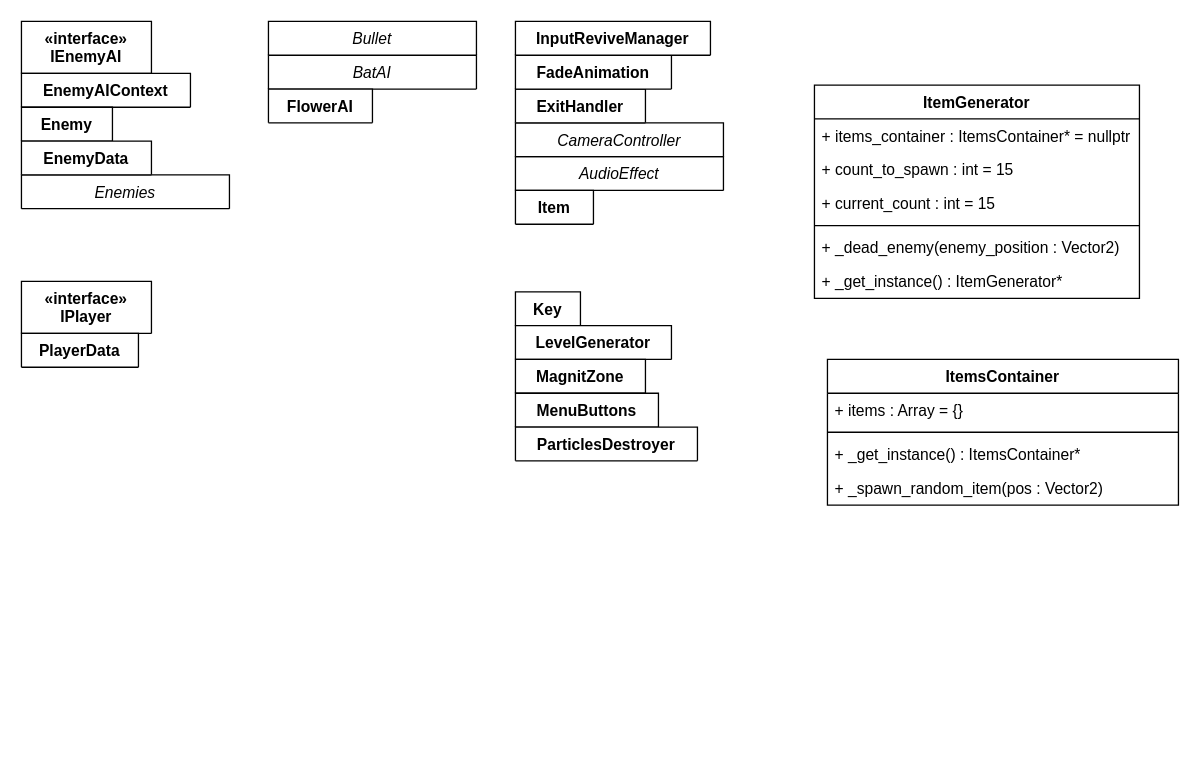
Earlier version of the draw.io diagram UMLD/HuntersTestDiagram.drawio (pasha-str27/hunters-rite). Source tidied: cells renumbered, new cells numbered last; positions are measured from the earlier drawing's top-left corner, leaving out a move shared by most shapes. Both pictures are drawn from the tidied source at 130%, with x=0, y=0 at pixel (21, 21).
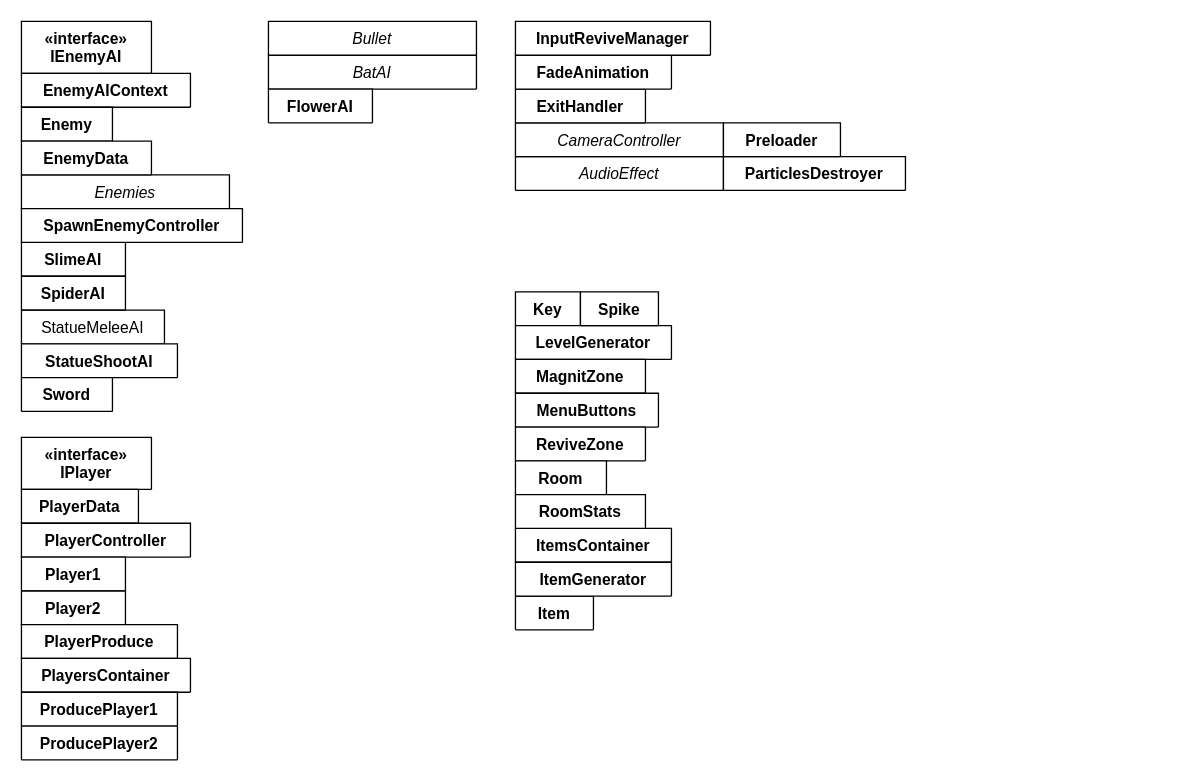
After the change.

Commit message (it also covers changes not shown here):
Added all old calasses to uml diagram

The edit, as a diff of the source:
```diff
@@
     <mxCell id="15" value="«interface»&#10;IPlayer" style="swimlane;fontStyle=1;align=center;verticalAlign=top;horizontal=1;startSize=40;" parent="1" vertex="1" collapsed="1">
-      <mxGeometry y="200" width="100" height="40" as="geometry" />
+      <mxGeometry y="320" width="100" height="40" as="geometry" />
     </mxCell>
     <mxCell id="16" value="Item" style="swimlane;fontStyle=1;align=center;verticalAlign=top;horizontal=1;startSize=26;" parent="1" vertex="1" collapsed="1">
-      <mxGeometry x="380" y="130" width="60" height="26" as="geometry" />
+      <mxGeometry x="380" y="442" width="60" height="26" as="geometry" />
     </mxCell>
-    <mxCell id="17" value="ItemsContainer" style="swimlane;fontStyle=1;align=center;verticalAlign=top;horizontal=1;startSize=26;" parent="1" vertex="1">
-      <mxGeometry x="620" y="260" width="270" height="112" as="geometry" />
+    <mxCell id="17" value="ItemsContainer" style="swimlane;fontStyle=1;align=center;verticalAlign=top;horizontal=1;startSize=26;" parent="1" vertex="1" collapsed="1">
+      <mxGeometry x="380" y="390" width="120" height="26" as="geometry" />
     </mxCell>
-    <mxCell id="18" value="+ items : Array = {}" style="text;strokeColor=none;fillColor=none;align=left;verticalAlign=top;spacingLeft=4;spacingRight=4;overflow=hidden;" parent="17" vertex="1">
-      <mxGeometry y="26" width="270" height="26" as="geometry" />
-    </mxCell>
-    <mxCell id="19" style="line;strokeWidth=1;fillColor=none;align=left;verticalAlign=middle;spacingTop=-1;spacingLeft=3;spacingRight=3;labelPosition=right;" parent="17" vertex="1">
-      <mxGeometry y="52" width="270" height="8" as="geometry" />
-    </mxCell>
-    <mxCell id="20" value="+ _get_instance() : ItemsContainer*" style="text;strokeColor=none;fillColor=none;align=left;verticalAlign=top;spacingLeft=4;spacingRight=4;overflow=hidden;" parent="17" vertex="1">
-      <mxGeometry y="60" width="270" height="26" as="geometry" />
-    </mxCell>
-    <mxCell id="21" value="+ _spawn_random_item(pos : Vector2)" style="text;strokeColor=none;fillColor=none;align=left;verticalAlign=top;spacingLeft=4;spacingRight=4;overflow=hidden;" parent="17" vertex="1">
-      <mxGeometry y="86" width="270" height="26" as="geometry" />
-    </mxCell>
-    <mxCell id="22" value="ItemGenerator" style="swimlane;fontStyle=1;align=center;verticalAlign=top;horizontal=1;startSize=26;" parent="1" vertex="1">
-      <mxGeometry x="610" y="49" width="250" height="164" as="geometry" />
+    <mxCell id="22" value="ItemGenerator" style="swimlane;fontStyle=1;align=center;verticalAlign=top;horizontal=1;startSize=26;" parent="1" vertex="1" collapsed="1">
+      <mxGeometry x="380" y="416" width="120" height="26" as="geometry" />
     </mxCell>
-    <mxCell id="23" value="+ items_container : ItemsContainer* = nullptr" style="text;strokeColor=none;fillColor=none;align=left;verticalAlign=top;spacingLeft=4;spacingRight=4;overflow=hidden;" parent="22" vertex="1">
-      <mxGeometry y="26" width="250" height="26" as="geometry" />
-    </mxCell>
-    <mxCell id="24" value="+ count_to_spawn : int = 15" style="text;strokeColor=none;fillColor=none;align=left;verticalAlign=top;spacingLeft=4;spacingRight=4;overflow=hidden;" parent="22" vertex="1">
-      <mxGeometry y="52" width="250" height="26" as="geometry" />
-    </mxCell>
-    <mxCell id="25" value="+ current_count : int = 15" style="text;strokeColor=none;fillColor=none;align=left;verticalAlign=top;spacingLeft=4;spacingRight=4;overflow=hidden;" parent="22" vertex="1">
-      <mxGeometry y="78" width="250" height="26" as="geometry" />
-    </mxCell>
-    <mxCell id="26" style="line;strokeWidth=1;fillColor=none;align=left;verticalAlign=middle;spacingTop=-1;spacingLeft=3;spacingRight=3;labelPosition=right;" parent="22" vertex="1">
-      <mxGeometry y="104" width="250" height="8" as="geometry" />
-    </mxCell>
-    <mxCell id="27" value="+ _dead_enemy(enemy_position : Vector2)" style="text;strokeColor=none;fillColor=none;align=left;verticalAlign=top;spacingLeft=4;spacingRight=4;overflow=hidden;" parent="22" vertex="1">
-      <mxGeometry y="112" width="250" height="26" as="geometry" />
-    </mxCell>
-    <mxCell id="28" value="+ _get_instance() : ItemGenerator*" style="text;strokeColor=none;fillColor=none;align=left;verticalAlign=top;spacingLeft=4;spacingRight=4;overflow=hidden;" parent="22" vertex="1">
-      <mxGeometry y="138" width="250" height="26" as="geometry" />
-    </mxCell>
@@
     <mxCell id="33" value="ParticlesDestroyer" style="swimlane;fontStyle=1;align=center;verticalAlign=top;horizontal=1;startSize=26;" parent="1" vertex="1" collapsed="1">
-      <mxGeometry x="380" y="312" width="140" height="26" as="geometry" />
+      <mxGeometry x="540" y="104" width="140" height="26" as="geometry" />
     </mxCell>
     <mxCell id="34" value="PlayerData" style="swimlane;fontStyle=1;align=center;verticalAlign=top;horizontal=1;startSize=26;" parent="1" vertex="1" collapsed="1">
-      <mxGeometry y="240" width="90" height="26" as="geometry" />
+      <mxGeometry y="360" width="90" height="26" as="geometry" />
     </mxCell>
+    <mxCell id="35" value="PlayerController" style="swimlane;fontStyle=1;align=center;verticalAlign=top;horizontal=1;startSize=26;" parent="1" vertex="1" collapsed="1">
+      <mxGeometry y="386" width="130" height="26" as="geometry" />
+    </mxCell>
+    <mxCell id="36" value="Player1" style="swimlane;fontStyle=1;align=center;verticalAlign=top;horizontal=1;startSize=26;" parent="1" vertex="1" collapsed="1">
+      <mxGeometry y="412" width="80" height="26" as="geometry" />
+    </mxCell>
+    <mxCell id="37" value="Player2" style="swimlane;fontStyle=1;align=center;verticalAlign=top;horizontal=1;startSize=0;" parent="1" vertex="1" collapsed="1">
+      <mxGeometry y="438" width="80" height="26" as="geometry" />
+    </mxCell>
+    <mxCell id="38" value="PlayerProduce" style="swimlane;fontStyle=1;align=center;verticalAlign=top;horizontal=1;startSize=26;" parent="1" vertex="1" collapsed="1">
+      <mxGeometry y="464" width="120" height="26" as="geometry" />
+    </mxCell>
+    <mxCell id="39" value="PlayersContainer" style="swimlane;fontStyle=1;align=center;verticalAlign=top;horizontal=1;startSize=26;" parent="1" vertex="1" collapsed="1">
+      <mxGeometry y="490" width="130" height="26" as="geometry" />
+    </mxCell>
+    <mxCell id="40" value="Preloader" style="swimlane;fontStyle=1;align=center;verticalAlign=top;horizontal=1;startSize=26;" parent="1" vertex="1" collapsed="1">
+      <mxGeometry x="540" y="78" width="90" height="26" as="geometry" />
+    </mxCell>
+    <mxCell id="41" value="ProducePlayer1" style="swimlane;fontStyle=1;align=center;verticalAlign=top;horizontal=1;startSize=26;" parent="1" vertex="1" collapsed="1">
+      <mxGeometry y="516" width="120" height="26" as="geometry" />
+    </mxCell>
+    <mxCell id="42" value="ProducePlayer2" style="swimlane;fontStyle=1;align=center;verticalAlign=top;horizontal=1;startSize=26;" parent="1" vertex="1" collapsed="1">
+      <mxGeometry y="542" width="120" height="26" as="geometry" />
+    </mxCell>
+    <mxCell id="43" value="ReviveZone" style="swimlane;fontStyle=1;align=center;verticalAlign=top;horizontal=1;startSize=26;" parent="1" vertex="1" collapsed="1">
+      <mxGeometry x="380" y="312" width="100" height="26" as="geometry" />
+    </mxCell>
+    <mxCell id="44" value="Room" style="swimlane;fontStyle=1;align=center;verticalAlign=top;horizontal=1;startSize=26;" parent="1" vertex="1" collapsed="1">
+      <mxGeometry x="380" y="338" width="70" height="26" as="geometry" />
+    </mxCell>
+    <mxCell id="45" value="RoomStats" style="swimlane;fontStyle=1;align=center;verticalAlign=top;horizontal=1;startSize=26;" parent="1" vertex="1" collapsed="1">
+      <mxGeometry x="380" y="364" width="100" height="26" as="geometry" />
+    </mxCell>
+    <mxCell id="46" value="SlimeAI" style="swimlane;fontStyle=1;align=center;verticalAlign=top;horizontal=1;startSize=26;" parent="1" vertex="1" collapsed="1">
+      <mxGeometry y="170" width="80" height="26" as="geometry" />
+    </mxCell>
+    <mxCell id="47" value="SpawnEnemyController" style="swimlane;fontStyle=1;align=center;verticalAlign=top;horizontal=1;startSize=26;" parent="1" vertex="1" collapsed="1">
+      <mxGeometry y="144" width="170" height="26" as="geometry" />
+    </mxCell>
+    <mxCell id="48" value="SpiderAI" style="swimlane;fontStyle=1;align=center;verticalAlign=top;horizontal=1;startSize=26;" parent="1" vertex="1" collapsed="1">
+      <mxGeometry y="196" width="80" height="26" as="geometry" />
+    </mxCell>
+    <mxCell id="49" value="Spike" style="swimlane;fontStyle=1;align=center;verticalAlign=top;horizontal=1;startSize=26;" parent="1" vertex="1" collapsed="1">
+      <mxGeometry x="430" y="208" width="60" height="26" as="geometry" />
+    </mxCell>
+    <mxCell id="50" value="StatueMeleeAI" style="swimlane;fontStyle=0;horizontal=1;startSize=26;fillColor=none;" parent="1" vertex="1" collapsed="1">
+      <mxGeometry y="222" width="110" height="26" as="geometry" />
+    </mxCell>
+    <mxCell id="51" value="StatueShootAI" style="swimlane;fontStyle=1;align=center;verticalAlign=top;horizontal=1;startSize=26;" parent="1" vertex="1" collapsed="1">
+      <mxGeometry y="248" width="120" height="26" as="geometry" />
+    </mxCell>
+    <mxCell id="52" value="Sword" style="swimlane;fontStyle=1;align=center;verticalAlign=top;horizontal=1;startSize=26;" parent="1" vertex="1" collapsed="1">
+      <mxGeometry y="274" width="70" height="26" as="geometry" />
+    </mxCell>
```
